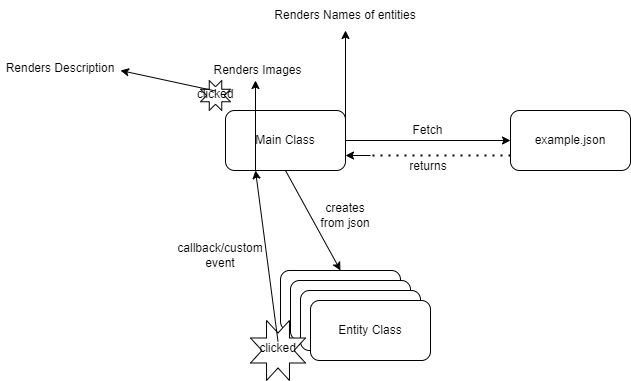
Above: class-diagram.drawio.png in Malhar-Limaye-Zero/Assignment2 (draw.io), before the change. Source tidied: cells renumbered, new cells last; positions are measured from the earlier drawing's top-left corner, leaving out a move shared by most shapes. Source of this version:
```xml
<mxGraphModel>
  <root>
    <mxCell id="0" />
    <mxCell id="1" parent="0" />
    <mxCell id="2" style="rounded=1;whiteSpace=wrap;html=1;" parent="1" vertex="1">
      <mxGeometry x="280" y="270" width="120" height="60" as="geometry" />
    </mxCell>
    <mxCell id="3" style="group;" parent="1" vertex="1">
      <mxGeometry x="225" y="110" width="120" height="60" as="geometry" />
    </mxCell>
    <mxCell id="4" style="rounded=1;whiteSpace=wrap;html=1;" parent="3" vertex="1">
      <mxGeometry width="120" height="60" as="geometry" />
    </mxCell>
    <mxCell id="5" value="Main Class" style="text;html=1;strokeColor=none;fillColor=none;align=center;verticalAlign=middle;whiteSpace=wrap;rounded=0;" parent="3" vertex="1">
      <mxGeometry x="20" y="12.5" width="80" height="35" as="geometry" />
    </mxCell>
    <mxCell id="6" style="rounded=1;whiteSpace=wrap;html=1;" parent="1" vertex="1">
      <mxGeometry x="290" y="280" width="120" height="60" as="geometry" />
    </mxCell>
    <mxCell id="7" style="rounded=1;whiteSpace=wrap;html=1;" parent="1" vertex="1">
      <mxGeometry x="300" y="290" width="120" height="60" as="geometry" />
    </mxCell>
    <mxCell id="8" style="rounded=1;whiteSpace=wrap;html=1;" parent="1" vertex="1">
      <mxGeometry x="310" y="300" width="120" height="60" as="geometry" />
    </mxCell>
    <mxCell id="9" style="rounded=1;whiteSpace=wrap;html=1;" parent="1" vertex="1">
      <mxGeometry x="510" y="110" width="120" height="60" as="geometry" />
    </mxCell>
    <mxCell id="10" value="Entity Class" style="text;html=1;strokeColor=none;fillColor=none;align=center;verticalAlign=middle;whiteSpace=wrap;rounded=0;" parent="1" vertex="1">
      <mxGeometry x="330" y="312.5" width="80" height="35" as="geometry" />
    </mxCell>
    <mxCell id="11" style="endArrow=classic;html=1;exitX=0.5;exitY=1;exitDx=0;exitDy=0;entryX=0.5;entryY=0;entryDx=0;entryDy=0;" parent="1" edge="1" source="4" target="2">
      <mxGeometry relative="1" as="geometry" />
    </mxCell>
    <mxCell id="12" style="endArrow=none;dashed=1;html=1;dashPattern=1 3;strokeWidth=2;exitX=0;exitY=0.75;exitDx=0;exitDy=0;" parent="1" edge="1" source="9">
      <mxGeometry relative="1" as="geometry">
        <mxPoint x="370" y="155" as="targetPoint" />
      </mxGeometry>
    </mxCell>
    <mxCell id="13" style="endArrow=classic;html=1;entryX=0;entryY=0.5;entryDx=0;entryDy=0;exitX=1;exitY=0.5;exitDx=0;exitDy=0;" parent="1" edge="1" source="4" target="9">
      <mxGeometry relative="1" as="geometry" />
    </mxCell>
    <mxCell id="14" value="example.json" style="text;html=1;strokeColor=none;fillColor=none;align=center;verticalAlign=middle;whiteSpace=wrap;rounded=0;" parent="1" vertex="1">
      <mxGeometry x="540" y="125" width="60" height="30" as="geometry" />
    </mxCell>
    <mxCell id="15" value="creates from json" style="text;html=1;strokeColor=none;fillColor=none;align=center;verticalAlign=middle;whiteSpace=wrap;rounded=0;" parent="1" vertex="1">
      <mxGeometry x="315" y="200" width="60" height="30" as="geometry" />
    </mxCell>
    <mxCell id="16" value="Fetch" style="text;html=1;strokeColor=none;fillColor=none;align=center;verticalAlign=middle;whiteSpace=wrap;rounded=0;" parent="1" vertex="1">
      <mxGeometry x="400" y="120" width="55" height="20" as="geometry" />
    </mxCell>
    <mxCell id="17" value="returns" style="text;html=1;strokeColor=none;fillColor=none;align=center;verticalAlign=middle;whiteSpace=wrap;rounded=0;" parent="1" vertex="1">
      <mxGeometry x="402.5" y="155" width="50" height="22" as="geometry" />
    </mxCell>
    <mxCell id="18" style="endArrow=classic;html=1;entryX=1;entryY=0.75;entryDx=0;entryDy=0;" parent="1" edge="1" target="4">
      <mxGeometry relative="1" as="geometry">
        <mxPoint x="370" y="155" as="sourcePoint" />
      </mxGeometry>
    </mxCell>
    <mxCell id="19" style="endArrow=classic;html=1;exitX=1;exitY=0.75;exitDx=0;exitDy=0;entryX=0.5;entryY=1;entryDx=0;entryDy=0;" parent="1" edge="1" source="4" target="20">
      <mxGeometry relative="1" as="geometry" />
    </mxCell>
    <mxCell id="20" value="Renders Names of entities" style="text;html=1;strokeColor=none;fillColor=none;align=center;verticalAlign=middle;whiteSpace=wrap;rounded=0;" parent="1" vertex="1">
      <mxGeometry x="265" width="160" height="30" as="geometry" />
    </mxCell>
    <mxCell id="21" style="group;" parent="1" vertex="1">
      <mxGeometry x="250" y="320" width="55" height="60" as="geometry" />
    </mxCell>
    <mxCell id="22" style="verticalLabelPosition=bottom;verticalAlign=top;html=1;shape=mxgraph.basic.8_point_star;" parent="21" vertex="1">
      <mxGeometry width="55" height="60" as="geometry" />
    </mxCell>
    <mxCell id="23" value="clicked" style="text;html=1;strokeColor=none;fillColor=none;align=center;verticalAlign=middle;whiteSpace=wrap;rounded=0;" parent="21" vertex="1">
      <mxGeometry x="4" y="21" width="47" height="14.4" as="geometry" />
    </mxCell>
    <mxCell id="24" style="edgeStyle=none;html=1;exitX=0.5;exitY=0;exitDx=0;exitDy=0;entryX=0.25;entryY=1;entryDx=0;entryDy=0;" parent="1" edge="1" source="23" target="4">
      <mxGeometry relative="1" as="geometry" />
    </mxCell>
    <mxCell id="25" value="callback/custom event" style="text;html=1;strokeColor=none;fillColor=none;align=center;verticalAlign=middle;whiteSpace=wrap;rounded=0;" parent="1" vertex="1">
      <mxGeometry x="190" y="240" width="60" height="30" as="geometry" />
    </mxCell>
    <mxCell id="26" style="endArrow=classic;html=1;exitX=0.25;exitY=1;exitDx=0;exitDy=0;" parent="1" edge="1" source="4">
      <mxGeometry relative="1" as="geometry">
        <mxPoint x="255" y="80" as="targetPoint" />
      </mxGeometry>
    </mxCell>
    <mxCell id="27" value="Renders Images" style="text;html=1;strokeColor=none;fillColor=none;align=center;verticalAlign=middle;whiteSpace=wrap;rounded=0;" parent="1" vertex="1">
      <mxGeometry x="210" y="60" width="95" height="20" as="geometry" />
    </mxCell>
    <mxCell id="28" style="group;" parent="1" vertex="1">
      <mxGeometry x="200" y="80" width="30" height="30" as="geometry" />
    </mxCell>
    <mxCell id="29" style="verticalLabelPosition=bottom;verticalAlign=top;html=1;shape=mxgraph.basic.8_point_star;" parent="28" vertex="1">
      <mxGeometry width="30" height="30" as="geometry" />
    </mxCell>
    <mxCell id="30" value="clicked" style="text;html=1;strokeColor=none;fillColor=none;align=center;verticalAlign=middle;whiteSpace=wrap;rounded=0;" parent="28" vertex="1">
      <mxGeometry x="2.2" y="10.5" width="25.6" height="7.2" as="geometry" />
    </mxCell>
    <mxCell id="31" style="endArrow=classic;html=1;exitX=0.5;exitY=0;exitDx=0;exitDy=0;" parent="1" edge="1" source="30">
      <mxGeometry relative="1" as="geometry">
        <mxPoint x="120" y="70" as="targetPoint" />
      </mxGeometry>
    </mxCell>
    <mxCell id="32" value="Renders Description" style="text;html=1;strokeColor=none;fillColor=none;align=center;verticalAlign=middle;whiteSpace=wrap;rounded=0;" parent="1" vertex="1">
      <mxGeometry y="55" width="120" height="25" as="geometry" />
    </mxCell>
  </root>
</mxGraphModel>
```
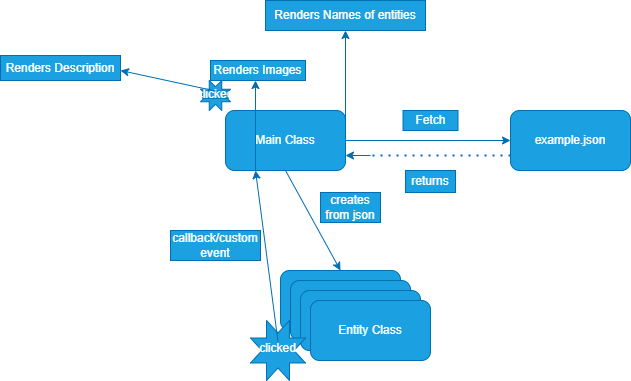
Above is the later version.

The edit, as a diff of the source:
```diff
@@ -2,105 +2,105 @@
   <root>
     <mxCell id="0" />
     <mxCell id="1" parent="0" />
-    <mxCell id="2" style="rounded=1;whiteSpace=wrap;html=1;" parent="1" vertex="1">
+    <mxCell id="2" style="rounded=1;whiteSpace=wrap;html=1;fillColor=#1ba1e2;fontColor=#ffffff;strokeColor=#006EAF;" parent="1" vertex="1">
       <mxGeometry x="280" y="270" width="120" height="60" as="geometry" />
     </mxCell>
     <mxCell id="3" style="group;" parent="1" vertex="1">
       <mxGeometry x="225" y="110" width="120" height="60" as="geometry" />
     </mxCell>
-    <mxCell id="4" style="rounded=1;whiteSpace=wrap;html=1;" parent="3" vertex="1">
+    <mxCell id="4" style="rounded=1;whiteSpace=wrap;html=1;fillColor=#1ba1e2;fontColor=#ffffff;strokeColor=#006EAF;" parent="3" vertex="1">
       <mxGeometry width="120" height="60" as="geometry" />
     </mxCell>
-    <mxCell id="5" value="Main Class" style="text;html=1;strokeColor=none;fillColor=none;align=center;verticalAlign=middle;whiteSpace=wrap;rounded=0;" parent="3" vertex="1">
+    <mxCell id="5" value="&lt;font color=&quot;#ffffff&quot;&gt;Main Class&lt;/font&gt;" style="text;html=1;align=center;verticalAlign=middle;whiteSpace=wrap;rounded=0;" parent="3" vertex="1">
       <mxGeometry x="20" y="12.5" width="80" height="35" as="geometry" />
     </mxCell>
-    <mxCell id="6" style="rounded=1;whiteSpace=wrap;html=1;" parent="1" vertex="1">
+    <mxCell id="6" style="rounded=1;whiteSpace=wrap;html=1;fillColor=#1ba1e2;fontColor=#ffffff;strokeColor=#006EAF;" parent="1" vertex="1">
       <mxGeometry x="290" y="280" width="120" height="60" as="geometry" />
     </mxCell>
-    <mxCell id="7" style="rounded=1;whiteSpace=wrap;html=1;" parent="1" vertex="1">
+    <mxCell id="7" style="rounded=1;whiteSpace=wrap;html=1;fillColor=#1ba1e2;fontColor=#ffffff;strokeColor=#006EAF;" parent="1" vertex="1">
       <mxGeometry x="300" y="290" width="120" height="60" as="geometry" />
     </mxCell>
-    <mxCell id="8" style="rounded=1;whiteSpace=wrap;html=1;" parent="1" vertex="1">
+    <mxCell id="8" style="rounded=1;whiteSpace=wrap;html=1;fillColor=#1ba1e2;fontColor=#ffffff;strokeColor=#006EAF;" parent="1" vertex="1">
       <mxGeometry x="310" y="300" width="120" height="60" as="geometry" />
     </mxCell>
-    <mxCell id="9" style="rounded=1;whiteSpace=wrap;html=1;" parent="1" vertex="1">
+    <mxCell id="9" style="rounded=1;whiteSpace=wrap;html=1;fillColor=#1ba1e2;fontColor=#ffffff;strokeColor=#006EAF;" parent="1" vertex="1">
       <mxGeometry x="510" y="110" width="120" height="60" as="geometry" />
     </mxCell>
-    <mxCell id="10" value="Entity Class" style="text;html=1;strokeColor=none;fillColor=none;align=center;verticalAlign=middle;whiteSpace=wrap;rounded=0;" parent="1" vertex="1">
+    <mxCell id="10" value="&lt;font color=&quot;#ffffff&quot;&gt;Entity Class&lt;/font&gt;" style="text;html=1;align=center;verticalAlign=middle;whiteSpace=wrap;rounded=0;" parent="1" vertex="1">
       <mxGeometry x="330" y="312.5" width="80" height="35" as="geometry" />
     </mxCell>
-    <mxCell id="11" style="endArrow=classic;html=1;exitX=0.5;exitY=1;exitDx=0;exitDy=0;entryX=0.5;entryY=0;entryDx=0;entryDy=0;" parent="1" edge="1" source="4" target="2">
+    <mxCell id="11" style="endArrow=classic;html=1;exitX=0.5;exitY=1;exitDx=0;exitDy=0;entryX=0.5;entryY=0;entryDx=0;entryDy=0;fillColor=#1ba1e2;strokeColor=#006EAF;" parent="1" edge="1" source="4" target="2">
       <mxGeometry relative="1" as="geometry" />
     </mxCell>
-    <mxCell id="12" style="endArrow=none;dashed=1;html=1;dashPattern=1 3;strokeWidth=2;exitX=0;exitY=0.75;exitDx=0;exitDy=0;" parent="1" edge="1" source="9">
+    <mxCell id="12" style="endArrow=none;dashed=1;html=1;dashPattern=1 3;strokeWidth=2;exitX=0;exitY=0.75;exitDx=0;exitDy=0;fillColor=#1ba1e2;strokeColor=#006EAF;" parent="1" edge="1" source="9">
       <mxGeometry relative="1" as="geometry">
         <mxPoint x="370" y="155" as="targetPoint" />
       </mxGeometry>
     </mxCell>
-    <mxCell id="13" style="endArrow=classic;html=1;entryX=0;entryY=0.5;entryDx=0;entryDy=0;exitX=1;exitY=0.5;exitDx=0;exitDy=0;" parent="1" edge="1" source="4" target="9">
+    <mxCell id="13" style="endArrow=classic;html=1;entryX=0;entryY=0.5;entryDx=0;entryDy=0;exitX=1;exitY=0.5;exitDx=0;exitDy=0;fillColor=#1ba1e2;strokeColor=#006EAF;" parent="1" edge="1" source="4" target="9">
       <mxGeometry relative="1" as="geometry" />
     </mxCell>
-    <mxCell id="14" value="example.json" style="text;html=1;strokeColor=none;fillColor=none;align=center;verticalAlign=middle;whiteSpace=wrap;rounded=0;" parent="1" vertex="1">
-      <mxGeometry x="540" y="125" width="60" height="30" as="geometry" />
+    <mxCell id="14" value="&lt;font color=&quot;#ffffff&quot;&gt;example.json&lt;/font&gt;" style="text;html=1;align=center;verticalAlign=middle;whiteSpace=wrap;rounded=0;" parent="1" vertex="1">
+      <mxGeometry x="525" y="125" width="90" height="30" as="geometry" />
     </mxCell>
-    <mxCell id="15" value="creates from json" style="text;html=1;strokeColor=none;fillColor=none;align=center;verticalAlign=middle;whiteSpace=wrap;rounded=0;" parent="1" vertex="1">
-      <mxGeometry x="315" y="200" width="60" height="30" as="geometry" />
+    <mxCell id="15" value="creates from json" style="text;html=1;strokeColor=#006EAF;fillColor=#1ba1e2;align=center;verticalAlign=middle;whiteSpace=wrap;rounded=0;fontColor=#ffffff;" parent="1" vertex="1">
+      <mxGeometry x="320" y="192" width="60" height="30" as="geometry" />
     </mxCell>
-    <mxCell id="16" value="Fetch" style="text;html=1;strokeColor=none;fillColor=none;align=center;verticalAlign=middle;whiteSpace=wrap;rounded=0;" parent="1" vertex="1">
-      <mxGeometry x="400" y="120" width="55" height="20" as="geometry" />
+    <mxCell id="16" value="Fetch" style="text;html=1;strokeColor=#006EAF;fillColor=#1ba1e2;align=center;verticalAlign=middle;whiteSpace=wrap;rounded=0;fontColor=#ffffff;" parent="1" vertex="1">
+      <mxGeometry x="402.5" y="110" width="55" height="20" as="geometry" />
     </mxCell>
-    <mxCell id="17" value="returns" style="text;html=1;strokeColor=none;fillColor=none;align=center;verticalAlign=middle;whiteSpace=wrap;rounded=0;" parent="1" vertex="1">
-      <mxGeometry x="402.5" y="155" width="50" height="22" as="geometry" />
+    <mxCell id="17" value="returns" style="text;html=1;strokeColor=#006EAF;fillColor=#1ba1e2;align=center;verticalAlign=middle;whiteSpace=wrap;rounded=0;fontColor=#ffffff;" parent="1" vertex="1">
+      <mxGeometry x="405" y="170" width="50" height="22" as="geometry" />
     </mxCell>
-    <mxCell id="18" style="endArrow=classic;html=1;entryX=1;entryY=0.75;entryDx=0;entryDy=0;" parent="1" edge="1" target="4">
+    <mxCell id="18" style="endArrow=classic;html=1;entryX=1;entryY=0.75;entryDx=0;entryDy=0;fillColor=#1ba1e2;strokeColor=#006EAF;" parent="1" edge="1" target="4">
       <mxGeometry relative="1" as="geometry">
         <mxPoint x="370" y="155" as="sourcePoint" />
       </mxGeometry>
     </mxCell>
-    <mxCell id="19" style="endArrow=classic;html=1;exitX=1;exitY=0.75;exitDx=0;exitDy=0;entryX=0.5;entryY=1;entryDx=0;entryDy=0;" parent="1" edge="1" source="4" target="20">
+    <mxCell id="19" style="endArrow=classic;html=1;exitX=1;exitY=0.75;exitDx=0;exitDy=0;entryX=0.5;entryY=1;entryDx=0;entryDy=0;fillColor=#1ba1e2;strokeColor=#006EAF;" parent="1" edge="1" source="4" target="20">
       <mxGeometry relative="1" as="geometry" />
     </mxCell>
-    <mxCell id="20" value="Renders Names of entities" style="text;html=1;strokeColor=none;fillColor=none;align=center;verticalAlign=middle;whiteSpace=wrap;rounded=0;" parent="1" vertex="1">
+    <mxCell id="20" value="Renders Names of entities" style="text;html=1;strokeColor=#006EAF;fillColor=#1ba1e2;align=center;verticalAlign=middle;whiteSpace=wrap;rounded=0;fontColor=#ffffff;" parent="1" vertex="1">
       <mxGeometry x="265" width="160" height="30" as="geometry" />
     </mxCell>
     <mxCell id="21" style="group;" parent="1" vertex="1">
       <mxGeometry x="250" y="320" width="55" height="60" as="geometry" />
     </mxCell>
-    <mxCell id="22" style="verticalLabelPosition=bottom;verticalAlign=top;html=1;shape=mxgraph.basic.8_point_star;" parent="21" vertex="1">
+    <mxCell id="22" style="verticalLabelPosition=bottom;verticalAlign=top;html=1;shape=mxgraph.basic.8_point_star;fillColor=#1ba1e2;fontColor=#ffffff;strokeColor=#006EAF;" parent="21" vertex="1">
       <mxGeometry width="55" height="60" as="geometry" />
     </mxCell>
-    <mxCell id="23" value="clicked" style="text;html=1;strokeColor=none;fillColor=none;align=center;verticalAlign=middle;whiteSpace=wrap;rounded=0;" parent="21" vertex="1">
+    <mxCell id="23" value="&lt;font color=&quot;#ffffff&quot;&gt;clicked&lt;/font&gt;" style="text;html=1;align=center;verticalAlign=middle;whiteSpace=wrap;rounded=0;" parent="21" vertex="1">
       <mxGeometry x="4" y="21" width="47" height="14.4" as="geometry" />
     </mxCell>
-    <mxCell id="24" style="edgeStyle=none;html=1;exitX=0.5;exitY=0;exitDx=0;exitDy=0;entryX=0.25;entryY=1;entryDx=0;entryDy=0;" parent="1" edge="1" source="23" target="4">
+    <mxCell id="24" style="edgeStyle=none;html=1;exitX=0.5;exitY=0;exitDx=0;exitDy=0;entryX=0.25;entryY=1;entryDx=0;entryDy=0;fillColor=#1ba1e2;strokeColor=#006EAF;" parent="1" edge="1" source="23" target="4">
       <mxGeometry relative="1" as="geometry" />
     </mxCell>
-    <mxCell id="25" value="callback/custom event" style="text;html=1;strokeColor=none;fillColor=none;align=center;verticalAlign=middle;whiteSpace=wrap;rounded=0;" parent="1" vertex="1">
-      <mxGeometry x="190" y="240" width="60" height="30" as="geometry" />
+    <mxCell id="25" value="callback/custom event" style="text;html=1;strokeColor=#006EAF;fillColor=#1ba1e2;align=center;verticalAlign=middle;whiteSpace=wrap;rounded=0;fontColor=#ffffff;" parent="1" vertex="1">
+      <mxGeometry x="170" y="230" width="90" height="30" as="geometry" />
     </mxCell>
-    <mxCell id="26" style="endArrow=classic;html=1;exitX=0.25;exitY=1;exitDx=0;exitDy=0;" parent="1" edge="1" source="4">
+    <mxCell id="26" style="endArrow=classic;html=1;exitX=0.25;exitY=1;exitDx=0;exitDy=0;fillColor=#1ba1e2;strokeColor=#006EAF;" parent="1" edge="1" source="4">
       <mxGeometry relative="1" as="geometry">
         <mxPoint x="255" y="80" as="targetPoint" />
       </mxGeometry>
     </mxCell>
-    <mxCell id="27" value="Renders Images" style="text;html=1;strokeColor=none;fillColor=none;align=center;verticalAlign=middle;whiteSpace=wrap;rounded=0;" parent="1" vertex="1">
+    <mxCell id="27" value="Renders Images" style="text;html=1;strokeColor=#006EAF;fillColor=#1ba1e2;align=center;verticalAlign=middle;whiteSpace=wrap;rounded=0;fontColor=#ffffff;" parent="1" vertex="1">
       <mxGeometry x="210" y="60" width="95" height="20" as="geometry" />
     </mxCell>
     <mxCell id="28" style="group;" parent="1" vertex="1">
       <mxGeometry x="200" y="80" width="30" height="30" as="geometry" />
     </mxCell>
-    <mxCell id="29" style="verticalLabelPosition=bottom;verticalAlign=top;html=1;shape=mxgraph.basic.8_point_star;" parent="28" vertex="1">
+    <mxCell id="29" style="verticalLabelPosition=bottom;verticalAlign=top;html=1;shape=mxgraph.basic.8_point_star;fillColor=#1ba1e2;fontColor=#ffffff;strokeColor=#006EAF;" parent="28" vertex="1">
       <mxGeometry width="30" height="30" as="geometry" />
     </mxCell>
-    <mxCell id="30" value="clicked" style="text;html=1;strokeColor=none;fillColor=none;align=center;verticalAlign=middle;whiteSpace=wrap;rounded=0;" parent="28" vertex="1">
+    <mxCell id="30" value="clicked" style="text;html=1;strokeColor=#006EAF;fillColor=#1ba1e2;align=center;verticalAlign=middle;whiteSpace=wrap;rounded=0;fontColor=#ffffff;" parent="28" vertex="1">
       <mxGeometry x="2.2" y="10.5" width="25.6" height="7.2" as="geometry" />
     </mxCell>
-    <mxCell id="31" style="endArrow=classic;html=1;exitX=0.5;exitY=0;exitDx=0;exitDy=0;" parent="1" edge="1" source="30">
+    <mxCell id="31" style="endArrow=classic;html=1;exitX=0.5;exitY=0;exitDx=0;exitDy=0;fillColor=#1ba1e2;strokeColor=#006EAF;" parent="1" edge="1" source="30">
       <mxGeometry relative="1" as="geometry">
         <mxPoint x="120" y="70" as="targetPoint" />
       </mxGeometry>
     </mxCell>
-    <mxCell id="32" value="Renders Description" style="text;html=1;strokeColor=none;fillColor=none;align=center;verticalAlign=middle;whiteSpace=wrap;rounded=0;" parent="1" vertex="1">
+    <mxCell id="32" value="Renders Description" style="text;html=1;strokeColor=#006EAF;fillColor=#1ba1e2;align=center;verticalAlign=middle;whiteSpace=wrap;rounded=0;fontColor=#ffffff;" parent="1" vertex="1">
       <mxGeometry y="55" width="120" height="25" as="geometry" />
     </mxCell>
   </root>
```
